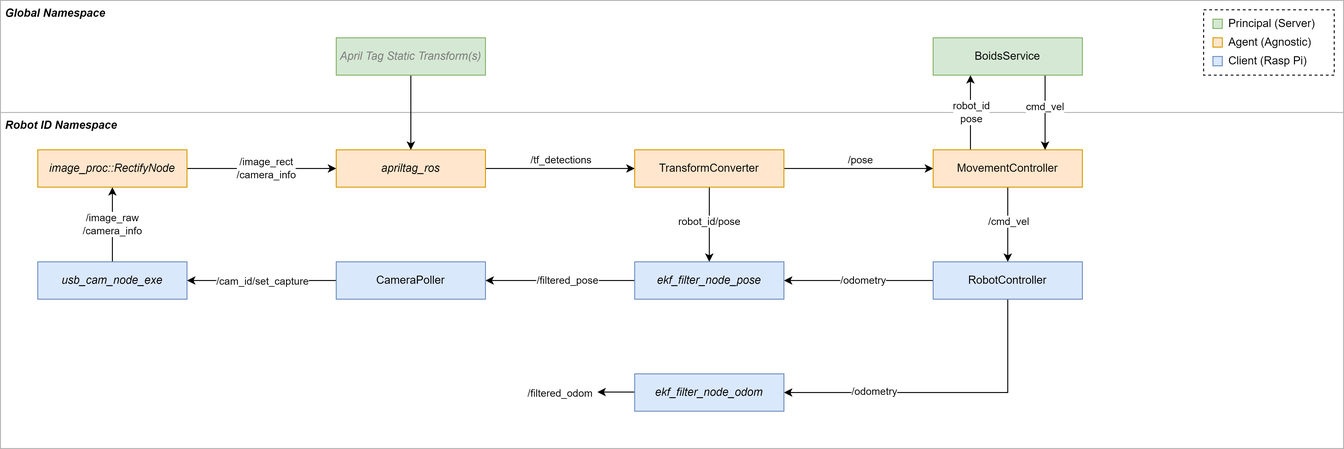
Earlier version of the draw.io export src/component_architecture.png (monash-wsrn/ebug-network). Source tidied: cells renumbered, new cells last; positions are measured from the earlier drawing's top-left corner, leaving out a move shared by most shapes.
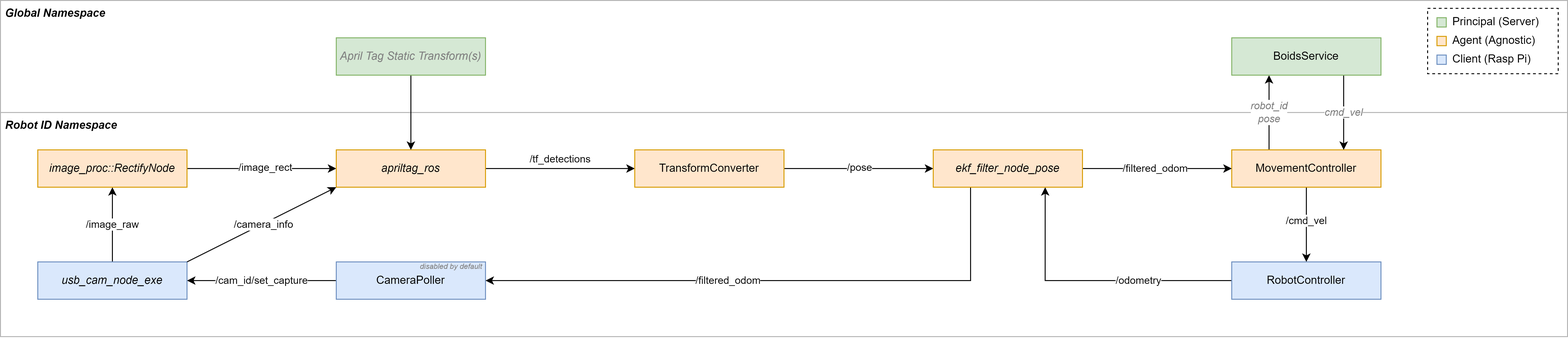
Later version of the same file.

Commit message:
Updated node diagram with moved EKF

The edit, as a diff of the source:
```diff
@@ -3,12 +3,12 @@
     <mxCell id="0" />
     <mxCell id="1" parent="0" />
     <mxCell id="2" value="&amp;nbsp;Global Namespace" style="rounded=0;whiteSpace=wrap;html=1;align=left;verticalAlign=top;fontStyle=3;strokeColor=#B3B3B3;" parent="1" vertex="1">
-      <mxGeometry width="1440" height="120" as="geometry" />
+      <mxGeometry width="1680" height="120" as="geometry" />
     </mxCell>
     <mxCell id="3" value="&amp;nbsp;Robot ID Namespace" style="rounded=0;whiteSpace=wrap;html=1;align=left;verticalAlign=top;fontStyle=3;strokeColor=#B3B3B3;" parent="1" vertex="1">
-      <mxGeometry y="120" width="1440" height="360" as="geometry" />
+      <mxGeometry y="120" width="1680" height="240" as="geometry" />
     </mxCell>
-    <mxCell id="4" value="/image_raw&lt;br&gt;/camera_info" style="edgeStyle=orthogonalEdgeStyle;rounded=0;jettySize=auto;html=1;exitX=0.5;exitY=0;exitDx=0;exitDy=0;entryX=0.5;entryY=1;entryDx=0;entryDy=0;" parent="1" edge="1" source="5" target="8">
+    <mxCell id="4" value="/image_raw" style="edgeStyle=orthogonalEdgeStyle;rounded=0;jettySize=auto;html=1;exitX=0.5;exitY=0;exitDx=0;exitDy=0;entryX=0.5;entryY=1;entryDx=0;entryDy=0;" parent="1" edge="1" source="5" target="8">
       <mxGeometry relative="1" as="geometry" />
     </mxCell>
     <mxCell id="5" value="usb_cam_node_exe" style="rounded=0;whiteSpace=wrap;html=1;fillColor=#dae8fc;strokeColor=#6c8ebf;fontStyle=2;" parent="1" vertex="1">
@@ -17,7 +17,7 @@
     <mxCell id="6" style="edgeStyle=orthogonalEdgeStyle;rounded=0;jettySize=auto;html=1;exitX=1;exitY=0.5;exitDx=0;exitDy=0;entryX=0;entryY=0.5;entryDx=0;entryDy=0;" parent="1" edge="1" source="8" target="11">
       <mxGeometry relative="1" as="geometry" />
     </mxCell>
-    <mxCell id="7" value="/image_rect&lt;br&gt;/camera_info" style="edgeLabel;html=1;align=center;verticalAlign=middle;" parent="6" vertex="1">
+    <mxCell id="7" value="/image_rect" style="edgeLabel;html=1;align=center;verticalAlign=middle;" parent="6" vertex="1">
       <mxGeometry x="0.05" y="1" relative="1" as="geometry" />
     </mxCell>
     <mxCell id="8" value="image_proc::RectifyNode" style="rounded=0;whiteSpace=wrap;html=1;fillColor=#ffe6cc;strokeColor=#d79b00;fontStyle=2;" parent="1" vertex="1">
@@ -45,27 +45,19 @@
     <mxCell id="14" value="CameraPoller" style="rounded=0;whiteSpace=wrap;html=1;fillColor=#dae8fc;strokeColor=#6c8ebf;" parent="1" vertex="1">
       <mxGeometry x="360" y="280" width="160" height="40" as="geometry" />
     </mxCell>
-    <mxCell id="15" style="edgeStyle=orthogonalEdgeStyle;rounded=0;jettySize=auto;html=1;exitX=1;exitY=0.5;exitDx=0;exitDy=0;entryX=0;entryY=0.5;entryDx=0;entryDy=0;" parent="1" edge="1" source="19" target="24">
-      <mxGeometry relative="1" as="geometry" />
-    </mxCell>
+    <mxCell id="17" style="edgeStyle=orthogonalEdgeStyle;rounded=0;jettySize=auto;html=1;exitX=1;exitY=0.5;exitDx=0;exitDy=0;entryX=0;entryY=0.5;entryDx=0;entryDy=0;" parent="1" edge="1" source="19" target="39">
+      <mxGeometry relative="1" as="geometry" />
+    </mxCell>
-    <mxCell id="16" value="/pose" style="edgeLabel;html=1;align=center;verticalAlign=middle;" parent="15" vertex="1">
-      <mxGeometry x="0.01" y="1" relative="1" as="geometry">
-        <mxPoint y="-9" as="offset" />
-      </mxGeometry>
+    <mxCell id="16" value="/pose" style="edgeLabel;html=1;align=center;verticalAlign=middle;" parent="17" vertex="1">
+      <mxGeometry x="0.01" y="1" relative="1" as="geometry" />
     </mxCell>
-    <mxCell id="17" style="edgeStyle=orthogonalEdgeStyle;rounded=0;jettySize=auto;html=1;exitX=0.5;exitY=1;exitDx=0;exitDy=0;entryX=0.5;entryY=0;entryDx=0;entryDy=0;" parent="1" edge="1" source="19" target="39">
-      <mxGeometry relative="1" as="geometry" />
-    </mxCell>
-    <mxCell id="18" value="robot_id/pose" style="edgeLabel;html=1;align=center;verticalAlign=middle;" parent="17" vertex="1">
-      <mxGeometry x="-0.1" y="-1" relative="1" as="geometry" />
-    </mxCell>
     <mxCell id="19" value="TransformConverter" style="rounded=0;whiteSpace=wrap;html=1;fillColor=#ffe6cc;strokeColor=#d79b00;" parent="1" vertex="1">
       <mxGeometry x="680" y="160" width="160" height="40" as="geometry" />
     </mxCell>
     <mxCell id="20" style="edgeStyle=orthogonalEdgeStyle;rounded=0;jettySize=auto;html=1;exitX=0.25;exitY=0;exitDx=0;exitDy=0;entryX=0.25;entryY=1;entryDx=0;entryDy=0;" parent="1" edge="1" source="24" target="42">
       <mxGeometry relative="1" as="geometry" />
     </mxCell>
-    <mxCell id="21" value="robot_id&lt;br&gt;pose" style="edgeLabel;html=1;align=center;verticalAlign=middle;" parent="20" vertex="1">
+    <mxCell id="21" value="&lt;span&gt;robot_id&lt;/span&gt;&lt;div&gt;&lt;span&gt;pose&lt;/span&gt;&lt;/div&gt;" style="edgeLabel;html=1;align=center;verticalAlign=middle;fontColor=#808080;fontStyle=2;" parent="20" vertex="1">
       <mxGeometry x="0.02" relative="1" as="geometry" />
     </mxCell>
     <mxCell id="22" style="edgeStyle=orthogonalEdgeStyle;rounded=0;jettySize=auto;html=1;exitX=0.5;exitY=1;exitDx=0;exitDy=0;entryX=0.5;entryY=0;entryDx=0;entryDy=0;" parent="1" edge="1" source="24" target="29">
@@ -77,71 +69,63 @@
       </mxGeometry>
     </mxCell>
     <mxCell id="24" value="MovementController" style="rounded=0;whiteSpace=wrap;html=1;fillColor=#ffe6cc;strokeColor=#d79b00;" parent="1" vertex="1">
-      <mxGeometry x="1000" y="160" width="160" height="40" as="geometry" />
+      <mxGeometry x="1320" y="160" width="160" height="40" as="geometry" />
     </mxCell>
-    <mxCell id="25" style="edgeStyle=orthogonalEdgeStyle;rounded=0;jettySize=auto;html=1;exitX=0;exitY=0.5;exitDx=0;exitDy=0;entryX=1;entryY=0.5;entryDx=0;entryDy=0;" parent="1" edge="1" source="29" target="39">
+    <mxCell id="25" style="edgeStyle=orthogonalEdgeStyle;rounded=0;jettySize=auto;html=1;exitX=0;exitY=0.5;exitDx=0;exitDy=0;entryX=0.75;entryY=1;entryDx=0;entryDy=0;" parent="1" edge="1" source="29" target="39">
       <mxGeometry relative="1" as="geometry" />
     </mxCell>
-    <mxCell id="26" value="/odometry" style="edgeLabel;html=1;align=center;verticalAlign=middle;" parent="25" vertex="1">
-      <mxGeometry x="-0.04" y="-1" relative="1" as="geometry" />
-    </mxCell>
-    <mxCell id="27" style="edgeStyle=orthogonalEdgeStyle;rounded=0;jettySize=auto;html=1;exitX=0.5;exitY=1;exitDx=0;exitDy=0;entryX=1;entryY=0.5;entryDx=0;entryDy=0;" parent="1" edge="1" source="29" target="36">
-      <mxGeometry relative="1" as="geometry" />
-    </mxCell>
-    <mxCell id="28" value="/odometry" style="edgeLabel;html=1;align=center;verticalAlign=middle;" parent="27" vertex="1">
-      <mxGeometry x="0.44" y="-2" relative="1" as="geometry" />
-    </mxCell>
+    <mxCell id="47" value="/odometry" style="edgeLabel;html=1;align=center;verticalAlign=middle;" parent="25" vertex="1">
+      <mxGeometry x="-0.33" relative="1" as="geometry" />
+    </mxCell>
     <mxCell id="29" value="RobotController" style="rounded=0;whiteSpace=wrap;html=1;fillColor=#dae8fc;strokeColor=#6c8ebf;" parent="1" vertex="1">
-      <mxGeometry x="1000" y="280" width="160" height="40" as="geometry" />
+      <mxGeometry x="1320" y="280" width="160" height="40" as="geometry" />
     </mxCell>
-    <mxCell id="30" value="/filtered_odom" style="endArrow=classic;html=1;rounded=0;" parent="1" edge="1">
-      <mxGeometry x="1" y="40" relative="1" as="geometry">
-        <mxPoint x="680" y="419.5" as="sourcePoint" />
-        <mxPoint x="640" y="419.5" as="targetPoint" />
-        <mxPoint x="-40" y="-39" as="offset" />
-      </mxGeometry>
-    </mxCell>
     <mxCell id="31" style="rounded=0;whiteSpace=wrap;html=1;dashed=1;" parent="1" vertex="1">
-      <mxGeometry x="1290" y="10" width="140" height="70" as="geometry" />
+      <mxGeometry x="1530" y="8.4" width="140" height="70" as="geometry" />
     </mxCell>
     <mxCell id="32" value="&lt;div style=&quot;&quot;&gt;&lt;br&gt;&lt;/div&gt;" style="rounded=0;whiteSpace=wrap;html=1;fillColor=#d5e8d4;strokeColor=#82b366;align=left;" parent="1" vertex="1">
-      <mxGeometry x="1300" y="20" width="10" height="10" as="geometry" />
+      <mxGeometry x="1540" y="18.4" width="10" height="10" as="geometry" />
     </mxCell>
     <mxCell id="33" value="Principal (Server)" style="text;html=1;align=left;verticalAlign=middle;strokeColor=none;fillColor=none;" parent="1" vertex="1">
-      <mxGeometry x="1315" y="10" width="120" height="30" as="geometry" />
+      <mxGeometry x="1555" y="8.4" width="120" height="30" as="geometry" />
     </mxCell>
     <mxCell id="34" value="&lt;div style=&quot;&quot;&gt;&lt;br&gt;&lt;/div&gt;" style="rounded=0;whiteSpace=wrap;html=1;fillColor=#ffe6cc;strokeColor=#d79b00;align=left;" parent="1" vertex="1">
-      <mxGeometry x="1300" y="40" width="10" height="10" as="geometry" />
+      <mxGeometry x="1540" y="38.5" width="10" height="10" as="geometry" />
     </mxCell>
     <mxCell id="35" value="Agent (Agnostic)" style="text;html=1;align=left;verticalAlign=middle;strokeColor=none;fillColor=none;" parent="1" vertex="1">
-      <mxGeometry x="1315" y="30" width="110" height="30" as="geometry" />
+      <mxGeometry x="1555" y="28.4" width="110" height="30" as="geometry" />
     </mxCell>
-    <mxCell id="36" value="ekf_filter_node_odom" style="rounded=0;whiteSpace=wrap;html=1;fillColor=#dae8fc;strokeColor=#6c8ebf;fontStyle=2;" parent="1" vertex="1">
-      <mxGeometry x="680" y="400" width="160" height="40" as="geometry" />
-    </mxCell>
+    <mxCell id="48" style="edgeStyle=orthogonalEdgeStyle;rounded=0;jettySize=auto;html=1;exitX=1;exitY=0.5;exitDx=0;exitDy=0;" parent="1" edge="1" source="39" target="24">
+      <mxGeometry relative="1" as="geometry" />
+    </mxCell>
+    <mxCell id="49" value="/filtered_odom" style="edgeLabel;html=1;align=center;verticalAlign=middle;" parent="48" vertex="1">
+      <mxGeometry x="-0.04" relative="1" as="geometry" />
+    </mxCell>
-    <mxCell id="37" style="edgeStyle=orthogonalEdgeStyle;rounded=0;jettySize=auto;html=1;exitX=0;exitY=0.5;exitDx=0;exitDy=0;" parent="1" edge="1" source="39" target="14">
+    <mxCell id="37" style="edgeStyle=orthogonalEdgeStyle;rounded=0;jettySize=auto;html=1;exitX=0.25;exitY=1;exitDx=0;exitDy=0;entryX=1;entryY=0.5;entryDx=0;entryDy=0;" parent="1" edge="1" source="39" target="14">
       <mxGeometry relative="1" as="geometry" />
     </mxCell>
-    <mxCell id="38" value="/filtered_pose" style="edgeLabel;html=1;align=center;verticalAlign=middle;" parent="37" vertex="1">
-      <mxGeometry x="-0.08" y="-1" relative="1" as="geometry" />
-    </mxCell>
+    <mxCell id="50" value="/filtered_odom" style="edgeLabel;html=1;align=center;verticalAlign=middle;" parent="37" vertex="1">
+      <mxGeometry x="0.16" relative="1" as="geometry" />
+    </mxCell>
-    <mxCell id="39" value="ekf_filter_node_pose" style="rounded=0;whiteSpace=wrap;html=1;fillColor=#dae8fc;strokeColor=#6c8ebf;fontStyle=2;" parent="1" vertex="1">
-      <mxGeometry x="680" y="280" width="160" height="40" as="geometry" />
+    <mxCell id="39" value="ekf_filter_node_pose" style="rounded=0;whiteSpace=wrap;html=1;fillColor=#ffe6cc;strokeColor=#d79b00;fontStyle=2;" parent="1" vertex="1">
+      <mxGeometry x="1000" y="160" width="160" height="40" as="geometry" />
     </mxCell>
     <mxCell id="40" style="edgeStyle=orthogonalEdgeStyle;rounded=0;jettySize=auto;html=1;exitX=0.75;exitY=1;exitDx=0;exitDy=0;entryX=0.75;entryY=0;entryDx=0;entryDy=0;" parent="1" edge="1" source="42" target="24">
       <mxGeometry relative="1" as="geometry" />
     </mxCell>
-    <mxCell id="41" value="cmd_vel" style="edgeLabel;html=1;align=center;verticalAlign=middle;" parent="40" vertex="1">
-      <mxGeometry x="-0.17" y="-1" relative="1" as="geometry" />
+    <mxCell id="41" value="cmd_vel" style="edgeLabel;html=1;align=center;verticalAlign=middle;fontStyle=2;fontColor=#808080;" parent="40" vertex="1">
+      <mxGeometry x="-0.17" y="-1" relative="1" as="geometry">
+        <mxPoint x="1" y="7" as="offset" />
+      </mxGeometry>
     </mxCell>
     <mxCell id="42" value="BoidsService" style="rounded=0;whiteSpace=wrap;html=1;fillColor=#d5e8d4;strokeColor=#82b366;" parent="1" vertex="1">
-      <mxGeometry x="1000" y="40" width="160" height="40" as="geometry" />
+      <mxGeometry x="1320" y="40" width="160" height="40" as="geometry" />
     </mxCell>
     <mxCell id="43" value="&lt;div style=&quot;&quot;&gt;&lt;br&gt;&lt;/div&gt;" style="rounded=0;whiteSpace=wrap;html=1;fillColor=#dae8fc;strokeColor=#6c8ebf;align=left;" parent="1" vertex="1">
-      <mxGeometry x="1300" y="60" width="10" height="10" as="geometry" />
+      <mxGeometry x="1540" y="58.5" width="10" height="10" as="geometry" />
     </mxCell>
     <mxCell id="44" value="Client (Rasp Pi)" style="text;html=1;align=left;verticalAlign=middle;strokeColor=none;fillColor=none;" parent="1" vertex="1">
-      <mxGeometry x="1315" y="50" width="110" height="30" as="geometry" />
+      <mxGeometry x="1555" y="48.5" width="110" height="30" as="geometry" />
     </mxCell>
     <mxCell id="45" style="edgeStyle=orthogonalEdgeStyle;rounded=0;jettySize=auto;html=1;exitX=0.5;exitY=1;exitDx=0;exitDy=0;" parent="1" edge="1" source="46" target="11">
       <mxGeometry relative="1" as="geometry" />
@@ -149,5 +133,14 @@
     <mxCell id="46" value="April Tag Static Transform(s)" style="rounded=0;whiteSpace=wrap;html=1;fillColor=#d5e8d4;strokeColor=#82b366;fontStyle=2;fontColor=#808080;" parent="1" vertex="1">
       <mxGeometry x="360" y="40" width="160" height="40" as="geometry" />
     </mxCell>
+    <mxCell id="51" style="endArrow=classic;html=1;rounded=0;entryX=0;entryY=1;entryDx=0;entryDy=0;exitX=1;exitY=0;exitDx=0;exitDy=0;" parent="1" edge="1" source="5" target="11">
+      <mxGeometry relative="1" as="geometry" />
+    </mxCell>
+    <mxCell id="52" value="/camera_info" style="edgeLabel;html=1;align=center;verticalAlign=middle;" parent="51" vertex="1">
+      <mxGeometry x="0.02" relative="1" as="geometry" />
+    </mxCell>
+    <mxCell id="53" value="&lt;i style=&quot;font-size: 8px;&quot;&gt;&lt;font style=&quot;font-size: 8px;&quot;&gt;disabled by default&amp;nbsp;&lt;/font&gt;&lt;/i&gt;" style="text;html=1;align=right;verticalAlign=middle;strokeColor=none;fillColor=none;fontSize=8;fontColor=#808080;" parent="1" vertex="1">
+      <mxGeometry x="430" y="275" width="90" height="20" as="geometry" />
+    </mxCell>
   </root>
 </mxGraphModel>
```
